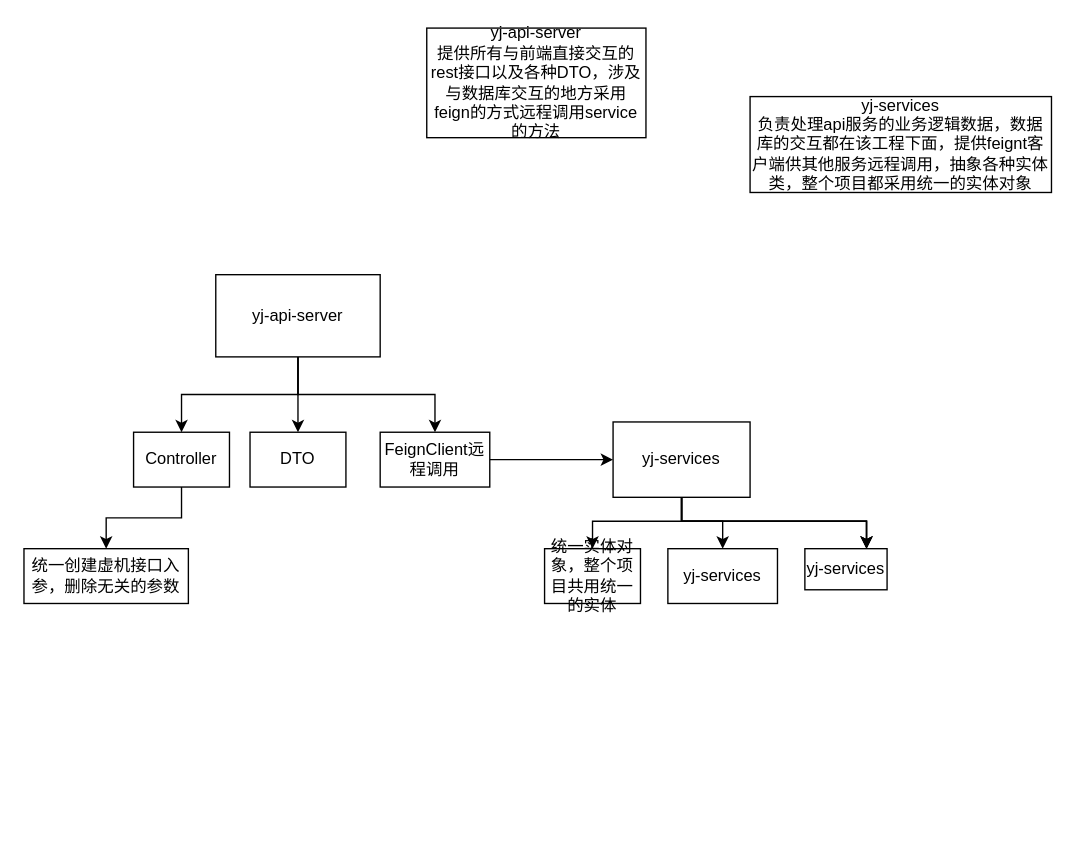
Earlier version of the draw.io diagram yj-api-优化.drawio (link-yuml/diagrams). Source tidied: cells renumbered, new cells numbered last; positions are measured from the earlier drawing's top-left corner, leaving out a move shared by most shapes. Both pictures are drawn from the tidied source at 137%, with x=0, y=0 at pixel (23, 27).
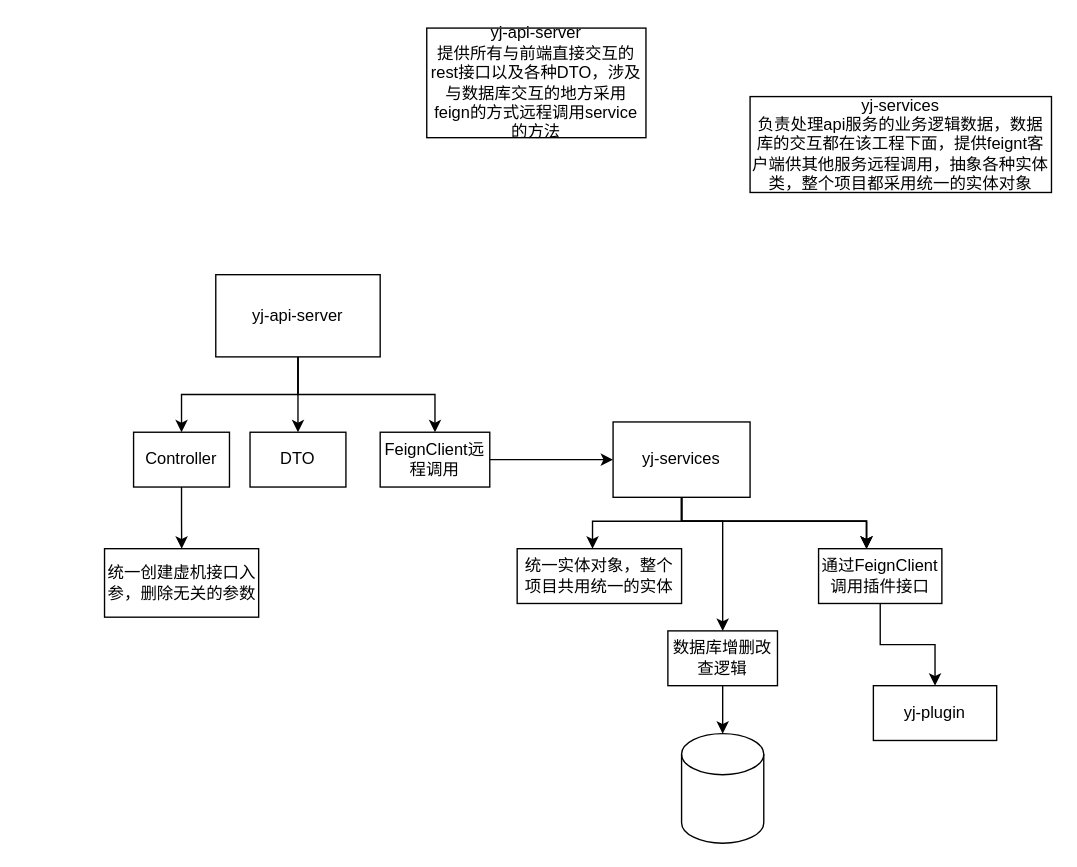
The same diagram, later.

What changed in the source:
```diff
@@
     <mxCell id="13" value="统一创建虚机接口入参，删除无关的参数" style="rounded=0;whiteSpace=wrap;html=1;" parent="1" vertex="1">
-      <mxGeometry y="380" width="120" height="40" as="geometry" />
+      <mxGeometry x="58.8" y="380" width="112.5" height="50" as="geometry" />
     </mxCell>
-    <mxCell id="14" style="group;" parent="1" vertex="1">
-      <mxGeometry x="380" y="287.5" width="250" height="132.5" as="geometry" />
-    </mxCell>
-    <mxCell id="15" value="yj-services" style="rounded=0;whiteSpace=wrap;html=1;" parent="14" vertex="1">
-      <mxGeometry x="50" width="100" height="55" as="geometry" />
+    <mxCell id="15" value="yj-services" style="rounded=0;whiteSpace=wrap;html=1;" parent="1" vertex="1">
+      <mxGeometry x="430" y="287.5" width="100" height="55" as="geometry" />
     </mxCell>
-    <mxCell id="16" value="统一实体对象，整个项目共用统一的实体" style="rounded=0;whiteSpace=wrap;html=1;" parent="14" vertex="1">
-      <mxGeometry y="92.5" width="70" height="40" as="geometry" />
+    <mxCell id="16" value="统一实体对象，整个项目共用统一的实体" style="rounded=0;whiteSpace=wrap;html=1;" parent="1" vertex="1">
+      <mxGeometry x="360" y="380" width="120" height="40" as="geometry" />
     </mxCell>
-    <mxCell id="17" style="edgeStyle=orthogonalEdgeStyle;rounded=0;jettySize=auto;html=1;" parent="14" edge="1" source="15" target="16">
+    <mxCell id="17" style="edgeStyle=orthogonalEdgeStyle;rounded=0;jettySize=auto;html=1;" parent="1" edge="1" source="15" target="16">
       <mxGeometry relative="1" as="geometry">
         <Array as="points">
-          <mxPoint x="100" y="72.5" />
-          <mxPoint x="35" y="72.5" />
+          <mxPoint x="480" y="360" />
+          <mxPoint x="415" y="360" />
         </Array>
       </mxGeometry>
     </mxCell>
+    <mxCell id="24" style="edgeStyle=orthogonalEdgeStyle;rounded=0;jettySize=auto;html=1;" parent="1" edge="1" source="18" target="26">
+      <mxGeometry relative="1" as="geometry" />
+    </mxCell>
-    <mxCell id="18" value="yj-services" style="rounded=0;whiteSpace=wrap;html=1;" parent="14" vertex="1">
-      <mxGeometry x="90" y="92.5" width="80" height="40" as="geometry" />
+    <mxCell id="18" value="数据库增删改查逻辑" style="rounded=0;whiteSpace=wrap;html=1;" parent="1" vertex="1">
+      <mxGeometry x="470" y="440" width="80" height="40" as="geometry" />
     </mxCell>
-    <mxCell id="19" style="edgeStyle=orthogonalEdgeStyle;rounded=0;jettySize=auto;html=1;" parent="14" edge="1" source="15" target="18">
+    <mxCell id="19" style="edgeStyle=orthogonalEdgeStyle;rounded=0;jettySize=auto;html=1;" parent="1" edge="1" source="15" target="18">
       <mxGeometry relative="1" as="geometry">
         <Array as="points">
-          <mxPoint x="100" y="72.5" />
-          <mxPoint x="130" y="72.5" />
+          <mxPoint x="480" y="360" />
+          <mxPoint x="510" y="360" />
         </Array>
       </mxGeometry>
     </mxCell>
+    <mxCell id="25" style="edgeStyle=orthogonalEdgeStyle;rounded=0;jettySize=auto;html=1;" parent="1" edge="1" source="20" target="27">
+      <mxGeometry relative="1" as="geometry" />
+    </mxCell>
-    <mxCell id="20" value="yj-services" style="rounded=0;whiteSpace=wrap;html=1;" parent="14" vertex="1">
-      <mxGeometry x="190" y="92.5" width="60" height="30" as="geometry" />
+    <mxCell id="20" value="通过FeignClient调用插件接口" style="rounded=0;whiteSpace=wrap;html=1;" parent="1" vertex="1">
+      <mxGeometry x="580" y="380" width="90" height="40" as="geometry" />
     </mxCell>
-    <mxCell id="21" style="edgeStyle=orthogonalEdgeStyle;rounded=0;jettySize=auto;html=1;" parent="14" edge="1" source="15" target="20">
+    <mxCell id="21" style="edgeStyle=orthogonalEdgeStyle;rounded=0;jettySize=auto;html=1;" parent="1" edge="1" source="15" target="20">
       <mxGeometry relative="1" as="geometry">
         <Array as="points">
-          <mxPoint x="100" y="72.5" />
-          <mxPoint x="235" y="72.5" />
+          <mxPoint x="480" y="360" />
+          <mxPoint x="615" y="360" />
         </Array>
       </mxGeometry>
     </mxCell>
-    <mxCell id="22" style="edgeStyle=orthogonalEdgeStyle;rounded=0;jettySize=auto;html=1;" parent="14" edge="1" source="15" target="20">
+    <mxCell id="22" style="edgeStyle=orthogonalEdgeStyle;rounded=0;jettySize=auto;html=1;" parent="1" edge="1" source="15" target="20">
       <mxGeometry relative="1" as="geometry">
         <Array as="points">
-          <mxPoint x="100" y="72.5" />
-          <mxPoint x="235" y="72.5" />
+          <mxPoint x="480" y="360" />
+          <mxPoint x="615" y="360" />
         </Array>
       </mxGeometry>
     </mxCell>
-    <mxCell id="23" style="edgeStyle=orthogonalEdgeStyle;rounded=0;jettySize=auto;html=1;" parent="14" edge="1" source="15" target="20">
+    <mxCell id="23" style="edgeStyle=orthogonalEdgeStyle;rounded=0;jettySize=auto;html=1;" parent="1" edge="1" source="15" target="20">
       <mxGeometry relative="1" as="geometry">
         <Array as="points">
-          <mxPoint x="100" y="72.5" />
-          <mxPoint x="235" y="72.5" />
+          <mxPoint x="480" y="360" />
+          <mxPoint x="615" y="360" />
         </Array>
       </mxGeometry>
     </mxCell>
+    <mxCell id="26" style="shape=cylinder3;whiteSpace=wrap;html=1;boundedLbl=1;backgroundOutline=1;size=15;" parent="1" vertex="1">
+      <mxGeometry x="480" y="515" width="60" height="80" as="geometry" />
+    </mxCell>
+    <mxCell id="27" value="yj-plugin" style="rounded=0;whiteSpace=wrap;html=1;" parent="1" vertex="1">
+      <mxGeometry x="620" y="480" width="90" height="40" as="geometry" />
+    </mxCell>
```
